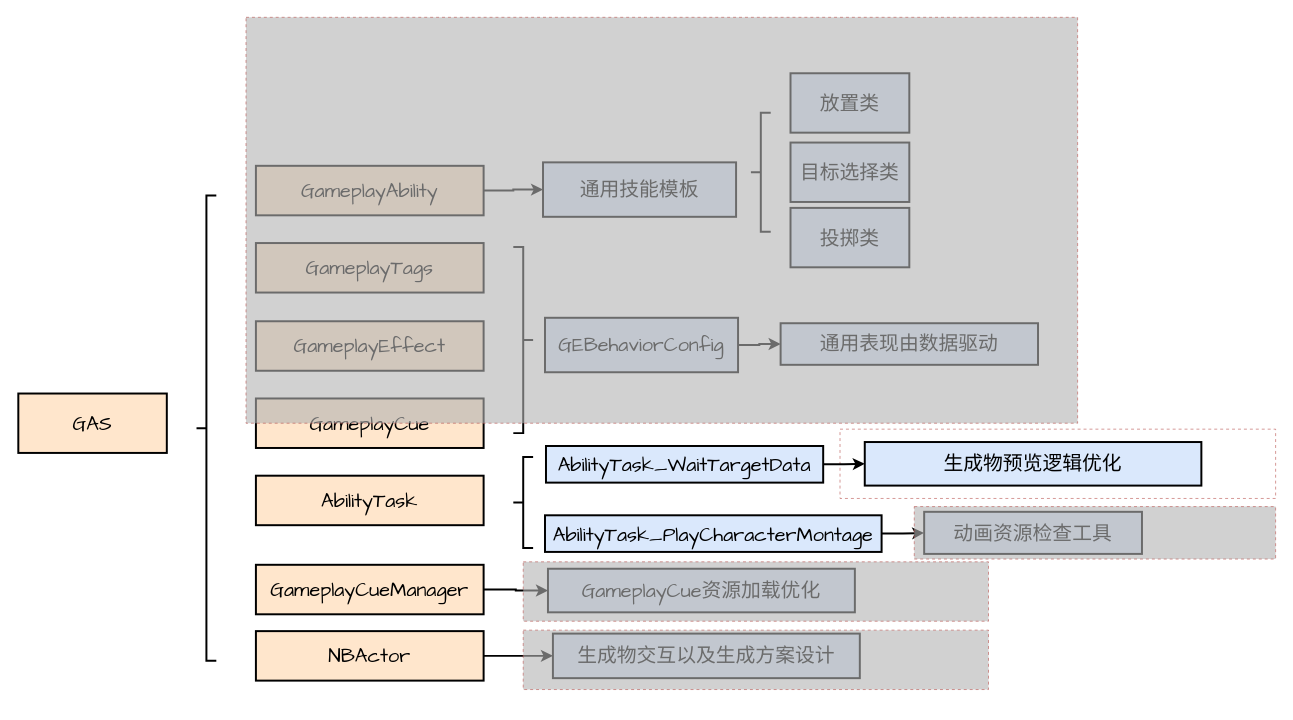
Earlier version of the draw.io diagram 客户端服务器流程图.drawio (timesdaughter/RayTracing). Source tidied: cells renumbered, new cells numbered last; positions are measured from the earlier drawing's top-left corner, leaving out a move shared by most shapes. Both pictures are drawn from the tidied source at 99%, with x=0, y=0 at pixel (18, 17).
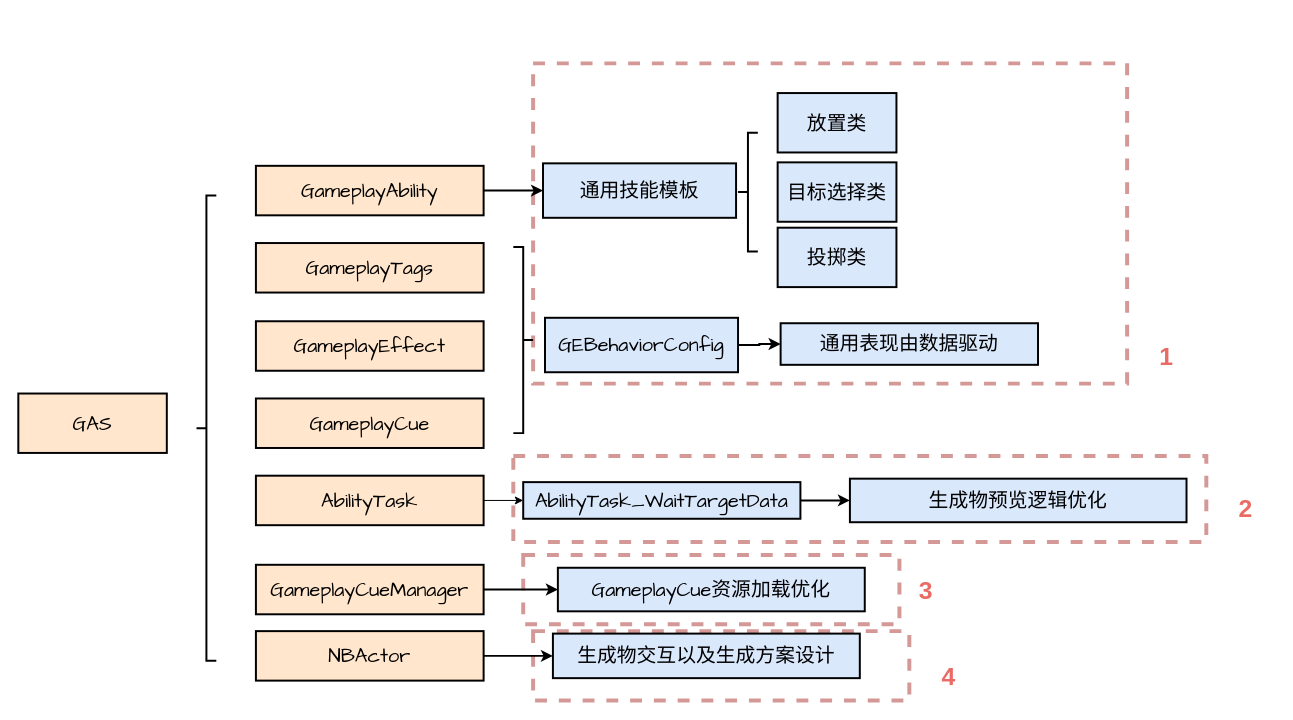
The same page after the edit.

Commit message:
GAS整体流程图.drawio

The change refers to these unchanged cells:
```xml
<mxCell id="7" value="AbilityTask" style="whiteSpace=wrap;html=1;fontSize=20;fontFamily=Architects Daughter;align=center;rounded=0;sketch=0;hachureGap=4;jiggle=2;curveFitting=1;fillColor=#ffe6cc;strokeColor=#000000;strokeWidth=2;" parent="1" vertex="1">
  <mxGeometry x="240" y="463" width="230" height="50" as="geometry" />
</mxCell>
```

Diff of the diagram source:
```diff
@@
+    <mxCell id="37" style="verticalLabelPosition=bottom;verticalAlign=top;html=1;shape=mxgraph.basic.rect;fillColor2=none;strokeWidth=4;size=21;indent=5;sketch=0;hachureGap=4;jiggle=2;curveFitting=1;strokeColor=#b85450;fontFamily=Architects Daughter;fontSize=20;dashed=1;fillColor=#FFFFFF;opacity=60;" parent="1" vertex="1">
+      <mxGeometry x="520" y="620" width="380" height="70" as="geometry" />
+    </mxCell>
+    <mxCell id="38" style="verticalLabelPosition=bottom;verticalAlign=top;html=1;shape=mxgraph.basic.rect;fillColor2=none;strokeWidth=4;size=21;indent=5;sketch=0;hachureGap=4;jiggle=2;curveFitting=1;strokeColor=#b85450;fontFamily=Architects Daughter;fontSize=20;dashed=1;fillColor=#FFFFFF;opacity=60;" parent="1" vertex="1">
+      <mxGeometry x="500" y="443" width="700" height="87" as="geometry" />
+    </mxCell>
+    <mxCell id="39" style="verticalLabelPosition=bottom;verticalAlign=top;html=1;shape=mxgraph.basic.rect;fillColor2=none;strokeWidth=4;size=21;indent=5;sketch=0;hachureGap=4;jiggle=2;curveFitting=1;strokeColor=#b85450;fontFamily=Architects Daughter;fontSize=20;dashed=1;fillColor=#FFFFFF;opacity=60;" parent="1" vertex="1">
+      <mxGeometry x="520" y="46.5" width="600" height="323.5" as="geometry" />
+    </mxCell>
-    <mxCell id="2" style="verticalLabelPosition=bottom;verticalAlign=top;html=1;shape=mxgraph.basic.rect;fillColor2=none;strokeWidth=1;size=21;indent=5;sketch=0;hachureGap=4;jiggle=2;curveFitting=1;strokeColor=#b85450;fontFamily=Architects Daughter;fontSize=20;dashed=1;fillColor=#FFFFFF;opacity=60;" parent="1" vertex="1">
-      <mxGeometry x="830" y="416" width="440" height="70" as="geometry" />
+    <mxCell id="2" style="verticalLabelPosition=bottom;verticalAlign=top;html=1;shape=mxgraph.basic.rect;fillColor2=none;strokeWidth=4;size=21;indent=5;sketch=0;hachureGap=4;jiggle=2;curveFitting=1;strokeColor=#b85450;fontFamily=Architects Daughter;fontSize=20;dashed=1;fillColor=#FFFFFF;opacity=60;" parent="1" vertex="1">
+      <mxGeometry x="510" y="543" width="380" height="70" as="geometry" />
     </mxCell>
@@
+    <mxCell id="40" style="edgeStyle=orthogonalEdgeStyle;rounded=0;jettySize=auto;html=1;exitX=1;exitY=0.5;exitDx=0;exitDy=0;entryX=0;entryY=0.5;entryDx=0;entryDy=0;" parent="1" edge="1" source="7" target="26">
+      <mxGeometry relative="1" as="geometry" />
+    </mxCell>
@@
     <mxCell id="15" value="通用技能模板" style="whiteSpace=wrap;html=1;fontSize=20;fontFamily=Architects Daughter;fillColor=#dae8fc;strokeColor=#000000;rounded=0;sketch=0;hachureGap=4;jiggle=2;curveFitting=1;strokeWidth=2;" parent="1" vertex="1">
-      <mxGeometry x="530" y="146.5" width="195" height="55" as="geometry" />
+      <mxGeometry x="530" y="147.5" width="195" height="55" as="geometry" />
     </mxCell>
     <mxCell id="16" value="放置类" style="whiteSpace=wrap;html=1;fontSize=20;fontFamily=Architects Daughter;fillColor=#dae8fc;strokeColor=#000000;rounded=0;sketch=0;hachureGap=4;jiggle=2;curveFitting=1;strokeWidth=2;" parent="1" vertex="1">
-      <mxGeometry x="780" y="56.5" width="120" height="60" as="geometry" />
+      <mxGeometry x="767" y="76.5" width="120" height="60" as="geometry" />
     </mxCell>
     <mxCell id="17" value="目标选择类" style="whiteSpace=wrap;html=1;fontSize=20;fontFamily=Architects Daughter;fillColor=#dae8fc;strokeColor=#000000;rounded=0;sketch=0;hachureGap=4;jiggle=2;curveFitting=1;strokeWidth=2;" parent="1" vertex="1">
-      <mxGeometry x="780" y="126.5" width="120" height="60" as="geometry" />
+      <mxGeometry x="767" y="146.5" width="120" height="60" as="geometry" />
     </mxCell>
     <mxCell id="18" value="投掷类" style="whiteSpace=wrap;html=1;fontSize=20;fontFamily=Architects Daughter;fillColor=#dae8fc;strokeColor=#000000;rounded=0;sketch=0;hachureGap=4;jiggle=2;curveFitting=1;strokeWidth=2;" parent="1" vertex="1">
-      <mxGeometry x="780" y="192.5" width="120" height="60" as="geometry" />
+      <mxGeometry x="767" y="212.5" width="120" height="60" as="geometry" />
     </mxCell>
     <mxCell id="19" style="shape=curlyBracket;whiteSpace=wrap;html=1;rounded=0;labelPosition=left;verticalLabelPosition=middle;align=right;verticalAlign=middle;sketch=0;hachureGap=4;jiggle=2;curveFitting=1;strokeColor=#000000;fontFamily=Architects Daughter;fontSize=20;strokeWidth=2;" parent="1" vertex="1">
-      <mxGeometry x="740" y="96.5" width="20" height="120" as="geometry" />
+      <mxGeometry x="727" y="116.5" width="20" height="120" as="geometry" />
     </mxCell>
@@
-    <mxCell id="24" style="shape=curlyBracket;whiteSpace=wrap;html=1;rounded=0;labelPosition=left;verticalLabelPosition=middle;align=right;verticalAlign=middle;sketch=0;hachureGap=4;jiggle=2;curveFitting=1;strokeColor=#000000;fontFamily=Architects Daughter;fontSize=20;strokeWidth=2;" parent="1" vertex="1">
-      <mxGeometry x="500" y="444" width="20" height="92" as="geometry" />
-    </mxCell>
@@
     <mxCell id="26" value="AbilityTask_WaitTargetData" style="whiteSpace=wrap;html=1;fontSize=20;fontFamily=Architects Daughter;fillColor=#dae8fc;strokeColor=#000000;rounded=0;sketch=0;hachureGap=4;jiggle=2;curveFitting=1;strokeWidth=2;" parent="1" vertex="1">
-      <mxGeometry x="533" y="433" width="280" height="37" as="geometry" />
+      <mxGeometry x="510" y="469.5" width="280" height="37" as="geometry" />
     </mxCell>
-    <mxCell id="27" style="edgeStyle=orthogonalEdgeStyle;rounded=0;sketch=0;hachureGap=4;jiggle=2;curveFitting=1;jettySize=auto;html=1;exitX=1;exitY=0.5;exitDx=0;exitDy=0;fontFamily=Architects Daughter;fontSize=16;strokeWidth=2;" parent="1" edge="1" source="28" target="30">
-      <mxGeometry relative="1" as="geometry" />
-    </mxCell>
-    <mxCell id="28" value="AbilityTask_PlayCharacterMontage" style="whiteSpace=wrap;html=1;fontSize=20;fontFamily=Architects Daughter;fillColor=#dae8fc;strokeColor=#000000;rounded=0;sketch=0;hachureGap=4;jiggle=2;curveFitting=1;strokeWidth=2;" parent="1" vertex="1">
-      <mxGeometry x="532" y="503" width="340" height="37" as="geometry" />
-    </mxCell>
     <mxCell id="29" value="生成物预览逻辑优化" style="whiteSpace=wrap;html=1;fontSize=20;fontFamily=Architects Daughter;fillColor=#dae8fc;strokeColor=#000000;rounded=0;sketch=0;hachureGap=4;jiggle=2;curveFitting=1;strokeWidth=2;" parent="1" vertex="1">
-      <mxGeometry x="855" y="429" width="340" height="44" as="geometry" />
+      <mxGeometry x="840" y="466" width="340" height="44" as="geometry" />
     </mxCell>
-    <mxCell id="30" value="动画资源检查工具" style="whiteSpace=wrap;html=1;fontSize=20;fontFamily=Architects Daughter;fillColor=#dae8fc;strokeColor=#000000;rounded=0;sketch=0;hachureGap=4;jiggle=2;curveFitting=1;strokeWidth=2;" parent="1" vertex="1">
-      <mxGeometry x="915" y="499.5" width="220" height="42.5" as="geometry" />
-    </mxCell>
     <mxCell id="31" value="GameplayCue资源加载优化" style="whiteSpace=wrap;html=1;fontSize=20;fontFamily=Architects Daughter;fillColor=#dae8fc;strokeColor=#000000;rounded=0;sketch=0;hachureGap=4;jiggle=2;curveFitting=1;strokeWidth=2;" parent="1" vertex="1">
-      <mxGeometry x="535" y="557" width="310" height="44" as="geometry" />
+      <mxGeometry x="545" y="556" width="310" height="44" as="geometry" />
     </mxCell>
@@
-    <mxCell id="33" style="verticalLabelPosition=bottom;verticalAlign=top;html=1;shape=mxgraph.basic.rect;fillColor2=none;strokeWidth=1;size=21;indent=5;sketch=0;hachureGap=4;jiggle=2;curveFitting=1;strokeColor=#b85450;fontFamily=Architects Daughter;fontSize=20;dashed=1;fillColor=#B3B3B3;opacity=60;" parent="1" vertex="1">
-      <mxGeometry x="905" y="494.2" width="365" height="53" as="geometry" />
-    </mxCell>
-    <mxCell id="34" style="verticalLabelPosition=bottom;verticalAlign=top;html=1;shape=mxgraph.basic.rect;fillColor2=none;strokeWidth=1;size=21;indent=5;sketch=0;hachureGap=4;jiggle=2;curveFitting=1;strokeColor=#b85450;fontFamily=Architects Daughter;fontSize=20;dashed=1;fillColor=#B3B3B3;opacity=60;" parent="1" vertex="1">
-      <mxGeometry x="510" y="550" width="470" height="60" as="geometry" />
-    </mxCell>
-    <mxCell id="35" style="verticalLabelPosition=bottom;verticalAlign=top;html=1;shape=mxgraph.basic.rect;fillColor2=none;strokeWidth=1;size=21;indent=5;sketch=0;hachureGap=4;jiggle=2;curveFitting=1;strokeColor=#b85450;fontFamily=Architects Daughter;fontSize=20;dashed=1;fillColor=#B3B3B3;opacity=60;" parent="1" vertex="1">
-      <mxGeometry x="510" y="619" width="470" height="60" as="geometry" />
-    </mxCell>
-    <mxCell id="36" style="verticalLabelPosition=bottom;verticalAlign=top;html=1;shape=mxgraph.basic.rect;fillColor2=none;strokeWidth=1;size=21;indent=5;sketch=0;hachureGap=4;jiggle=2;curveFitting=1;strokeColor=#b85450;fontFamily=Architects Daughter;fontSize=20;dashed=1;fillColor=#B3B3B3;opacity=60;" parent="1" vertex="1">
-      <mxGeometry x="230" width="840" height="410" as="geometry" />
-    </mxCell>
+    <mxCell id="41" value="&lt;font color=&quot;#ea6b66&quot;&gt;&lt;span style=&quot;font-size: 25px;&quot;&gt;&lt;b&gt;4&lt;/b&gt;&lt;/span&gt;&lt;/font&gt;" style="text;html=1;strokeColor=none;fillColor=none;align=center;verticalAlign=middle;whiteSpace=wrap;rounded=0;" parent="1" vertex="1">
+      <mxGeometry x="910" y="650" width="60" height="30" as="geometry" />
+    </mxCell>
+    <mxCell id="42" value="&lt;font color=&quot;#ea6b66&quot;&gt;&lt;span style=&quot;font-size: 25px;&quot;&gt;&lt;b&gt;1&lt;/b&gt;&lt;/span&gt;&lt;/font&gt;" style="text;html=1;strokeColor=none;fillColor=none;align=center;verticalAlign=middle;whiteSpace=wrap;rounded=0;" parent="1" vertex="1">
+      <mxGeometry x="1130" y="327" width="60" height="30" as="geometry" />
+    </mxCell>
+    <mxCell id="43" value="&lt;font color=&quot;#ea6b66&quot;&gt;&lt;span style=&quot;font-size: 25px;&quot;&gt;&lt;b&gt;2&lt;/b&gt;&lt;/span&gt;&lt;/font&gt;" style="text;html=1;strokeColor=none;fillColor=none;align=center;verticalAlign=middle;whiteSpace=wrap;rounded=0;" parent="1" vertex="1">
+      <mxGeometry x="1210" y="480" width="60" height="30" as="geometry" />
+    </mxCell>
+    <mxCell id="44" value="&lt;font color=&quot;#ea6b66&quot;&gt;&lt;span style=&quot;font-size: 25px;&quot;&gt;&lt;b&gt;3&lt;/b&gt;&lt;/span&gt;&lt;/font&gt;" style="text;html=1;strokeColor=none;fillColor=none;align=center;verticalAlign=middle;whiteSpace=wrap;rounded=0;" parent="1" vertex="1">
+      <mxGeometry x="887" y="563" width="60" height="30" as="geometry" />
+    </mxCell>
```
